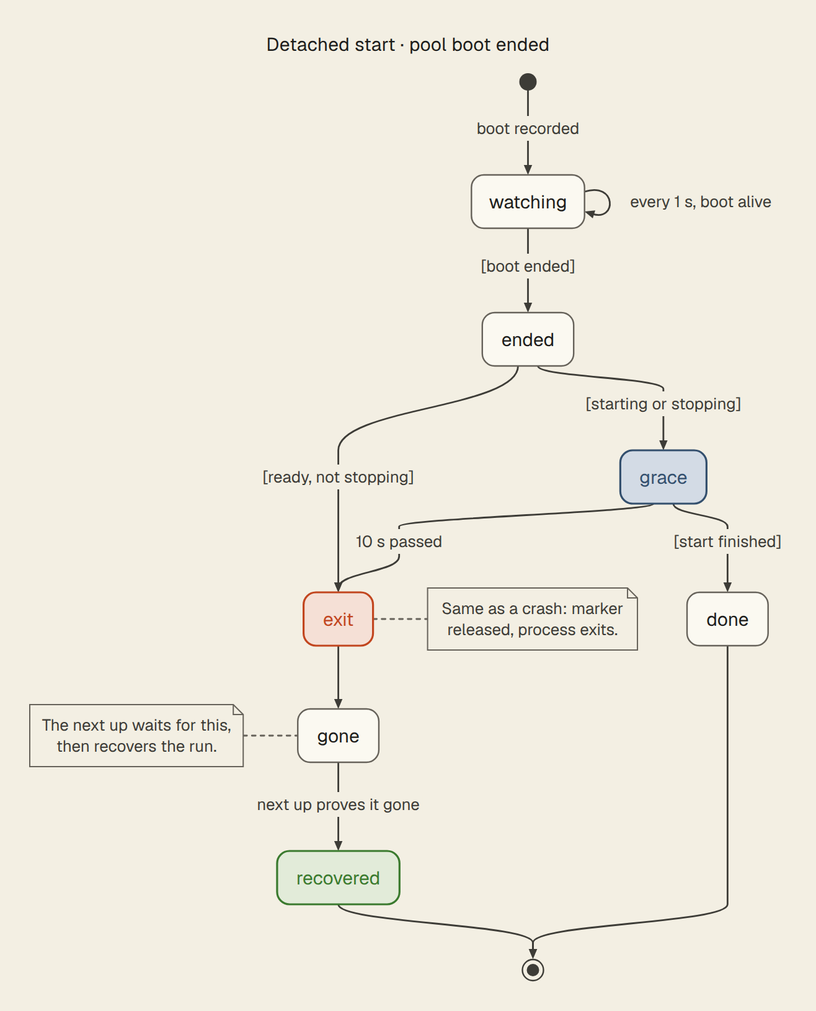
The Mermaid diagram docs/diagrams/native-start-pool-watch.png in hack-dance/hack, before a commit. Its source is kept beside it as docs/diagrams/native-start-pool-watch.mmd.
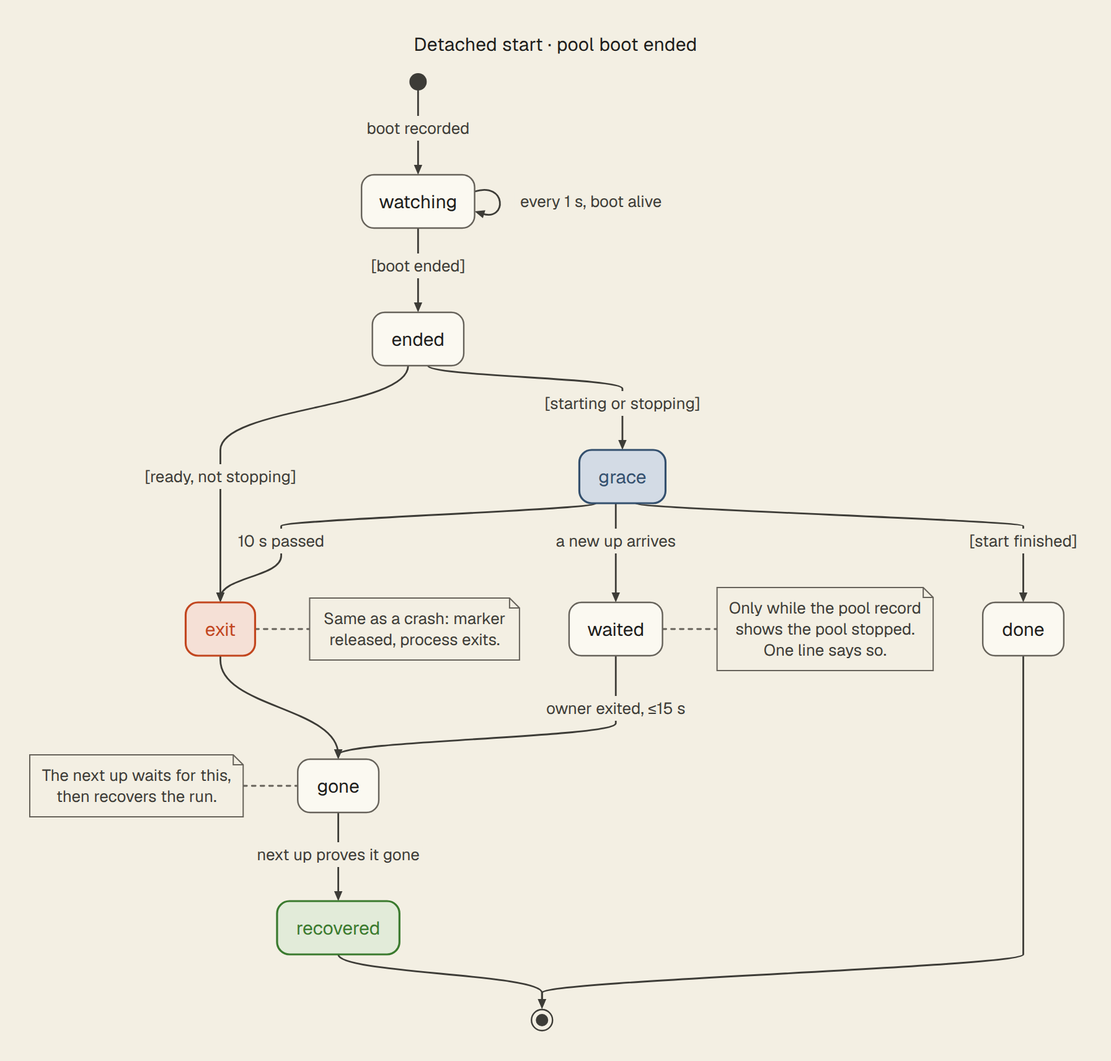
Above is the later version.

Commit message:
fix(native): up, restart and down --recover wait for the owner of an ended pool boot (HACK-2572)

The edit, as a diff of the source:
```diff
@@ -17,6 +17,8 @@
     grace --> done : [start finished]
     exit --> gone
     gone --> recovered : next up proves it gone
+    grace --> waited : a new up arrives
+    waited --> gone : owner exited, ≤15 s
     done --> [*]
     recovered --> [*]
 
@@ -28,6 +30,11 @@
         The next up waits for this,
         then recovers the run.
     end note
+    note right of waited
+        Only while the pool record
+        shows the pool stopped.
+        One line says so.
+    end note
 
     class recovered ok
     class grace wait
```
